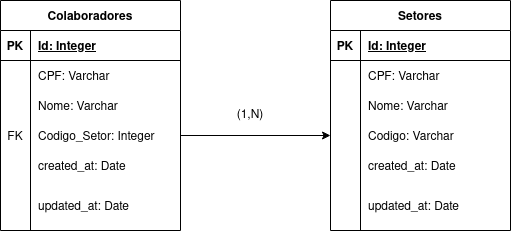
The draw.io diagram Diagrama-ER.drawio.png in filipanselmo11/teste-dev-full-stack, before a commit. Source tidied: cells renumbered, new cells last; positions are measured from the earlier drawing's top-left corner, leaving out a move shared by most shapes.
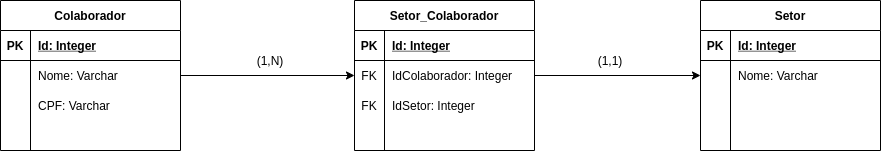
After the change.

The edit, as a diff of the source:
```diff
@@ -2,101 +2,134 @@
   <root>
     <mxCell id="0" />
     <mxCell id="1" parent="0" />
-    <mxCell id="2" value="Colaboradores" style="shape=table;startSize=30;rowLines=0;fontStyle=1;align=center;" parent="1" vertex="1">
-      <mxGeometry width="180" height="230" as="geometry" />
-    </mxCell>
-    <mxCell id="3" style="shape=partialRectangle;fillColor=none;top=0;left=0;bottom=1;right=0;" parent="2" vertex="1">
-      <mxGeometry y="30" width="180" height="30" as="geometry" />
-    </mxCell>
-    <mxCell id="4" value="PK" style="shape=partialRectangle;fillColor=none;top=0;left=0;bottom=0;right=0;fontStyle=1;overflow=hidden;" parent="3" vertex="1">
-      <mxGeometry width="30" height="30" as="geometry" />
-    </mxCell>
-    <mxCell id="5" value="Id: Integer" style="shape=partialRectangle;fillColor=none;top=0;left=0;bottom=0;right=0;align=left;spacingLeft=6;fontStyle=5;overflow=hidden;" parent="3" vertex="1">
-      <mxGeometry x="30" width="150" height="30" as="geometry" />
-    </mxCell>
-    <mxCell id="6" style="shape=partialRectangle;fillColor=none;top=0;left=0;bottom=0;right=0;" parent="2" vertex="1">
-      <mxGeometry y="60" width="180" height="30" as="geometry" />
-    </mxCell>
-    <mxCell id="7" style="shape=partialRectangle;fillColor=none;top=0;left=0;bottom=0;right=0;overflow=hidden;" parent="6" vertex="1">
-      <mxGeometry width="30" height="30" as="geometry" />
-    </mxCell>
-    <mxCell id="8" value="CPF: Varchar" style="shape=partialRectangle;fillColor=none;top=0;left=0;bottom=0;right=0;align=left;spacingLeft=6;overflow=hidden;" parent="6" vertex="1">
-      <mxGeometry x="30" width="150" height="30" as="geometry" />
-    </mxCell>
-    <mxCell id="9" style="shape=partialRectangle;fillColor=none;top=0;left=0;bottom=0;right=0;" parent="2" vertex="1">
-      <mxGeometry y="90" width="180" height="30" as="geometry" />
-    </mxCell>
-    <mxCell id="10" style="shape=partialRectangle;fillColor=none;top=0;left=0;bottom=0;right=0;overflow=hidden;" parent="9" vertex="1">
-      <mxGeometry width="30" height="30" as="geometry" />
-    </mxCell>
-    <mxCell id="11" value="Nome: Varchar" style="shape=partialRectangle;fillColor=none;top=0;left=0;bottom=0;right=0;align=left;spacingLeft=6;overflow=hidden;" parent="9" vertex="1">
-      <mxGeometry x="30" width="150" height="30" as="geometry" />
-    </mxCell>
-    <mxCell id="12" style="shape=partialRectangle;fillColor=none;top=0;left=0;bottom=0;right=0;points=[[0,0.5],[1,0.5]];portConstraint=eastwest;" parent="2" vertex="1">
-      <mxGeometry y="120" width="180" height="30" as="geometry" />
-    </mxCell>
-    <mxCell id="13" value="FK" style="shape=partialRectangle;fillColor=none;top=0;left=0;bottom=0;right=0;overflow=hidden;" parent="12" vertex="1">
-      <mxGeometry width="30" height="30" as="geometry" />
-    </mxCell>
-    <mxCell id="14" value="Codigo_Setor: Integer" style="shape=partialRectangle;fillColor=none;top=0;left=0;bottom=0;right=0;align=left;spacingLeft=6;overflow=hidden;" parent="12" vertex="1">
-      <mxGeometry x="30" width="150" height="30" as="geometry" />
-    </mxCell>
-    <mxCell id="15" value="created_at: Date" style="shape=partialRectangle;fillColor=none;top=0;left=0;bottom=0;right=0;align=left;spacingLeft=6;overflow=hidden;" parent="1" vertex="1">
-      <mxGeometry x="30" y="150" width="150" height="30" as="geometry" />
-    </mxCell>
-    <mxCell id="16" value="updated_at: Date" style="shape=partialRectangle;fillColor=none;top=0;left=0;bottom=0;right=0;align=left;spacingLeft=6;overflow=hidden;" parent="1" vertex="1">
-      <mxGeometry x="30" y="190" width="150" height="30" as="geometry" />
-    </mxCell>
-    <mxCell id="17" value="Setores" style="shape=table;startSize=30;rowLines=0;fontStyle=1;align=center;" parent="1" vertex="1">
-      <mxGeometry x="330" width="180" height="230" as="geometry" />
-    </mxCell>
-    <mxCell id="18" style="shape=partialRectangle;fillColor=none;top=0;left=0;bottom=1;right=0;" parent="17" vertex="1">
-      <mxGeometry y="30" width="180" height="30" as="geometry" />
-    </mxCell>
-    <mxCell id="19" value="PK" style="shape=partialRectangle;fillColor=none;top=0;left=0;bottom=0;right=0;fontStyle=1;overflow=hidden;" parent="18" vertex="1">
-      <mxGeometry width="30" height="30" as="geometry" />
-    </mxCell>
-    <mxCell id="20" value="Id: Integer" style="shape=partialRectangle;fillColor=none;top=0;left=0;bottom=0;right=0;align=left;spacingLeft=6;fontStyle=5;overflow=hidden;" parent="18" vertex="1">
-      <mxGeometry x="30" width="150" height="30" as="geometry" />
-    </mxCell>
-    <mxCell id="21" style="shape=partialRectangle;fillColor=none;top=0;left=0;bottom=0;right=0;" parent="17" vertex="1">
-      <mxGeometry y="60" width="180" height="30" as="geometry" />
-    </mxCell>
-    <mxCell id="22" style="shape=partialRectangle;fillColor=none;top=0;left=0;bottom=0;right=0;overflow=hidden;" parent="21" vertex="1">
-      <mxGeometry width="30" height="30" as="geometry" />
-    </mxCell>
-    <mxCell id="23" value="CPF: Varchar" style="shape=partialRectangle;fillColor=none;top=0;left=0;bottom=0;right=0;align=left;spacingLeft=6;overflow=hidden;" parent="21" vertex="1">
-      <mxGeometry x="30" width="150" height="30" as="geometry" />
-    </mxCell>
-    <mxCell id="24" style="shape=partialRectangle;fillColor=none;top=0;left=0;bottom=0;right=0;" parent="17" vertex="1">
-      <mxGeometry y="90" width="180" height="30" as="geometry" />
-    </mxCell>
-    <mxCell id="25" style="shape=partialRectangle;fillColor=none;top=0;left=0;bottom=0;right=0;overflow=hidden;" parent="24" vertex="1">
-      <mxGeometry width="30" height="30" as="geometry" />
-    </mxCell>
-    <mxCell id="26" value="Nome: Varchar" style="shape=partialRectangle;fillColor=none;top=0;left=0;bottom=0;right=0;align=left;spacingLeft=6;overflow=hidden;" parent="24" vertex="1">
-      <mxGeometry x="30" width="150" height="30" as="geometry" />
-    </mxCell>
-    <mxCell id="27" style="shape=partialRectangle;fillColor=none;top=0;left=0;bottom=0;right=0;points=[[0,0.5],[1,0.5]];portConstraint=eastwest;" parent="17" vertex="1">
-      <mxGeometry y="120" width="180" height="30" as="geometry" />
-    </mxCell>
-    <mxCell id="28" style="shape=partialRectangle;fillColor=none;top=0;left=0;bottom=0;right=0;overflow=hidden;" parent="27" vertex="1">
-      <mxGeometry width="30" height="30" as="geometry" />
-    </mxCell>
-    <mxCell id="29" value="Codigo: Varchar" style="shape=partialRectangle;fillColor=none;top=0;left=0;bottom=0;right=0;align=left;spacingLeft=6;overflow=hidden;" parent="27" vertex="1">
-      <mxGeometry x="30" width="150" height="30" as="geometry" />
-    </mxCell>
-    <mxCell id="30" value="created_at: Date" style="shape=partialRectangle;fillColor=none;top=0;left=0;bottom=0;right=0;align=left;spacingLeft=6;overflow=hidden;" parent="1" vertex="1">
-      <mxGeometry x="360" y="150" width="150" height="30" as="geometry" />
-    </mxCell>
-    <mxCell id="31" value="updated_at: Date" style="shape=partialRectangle;fillColor=none;top=0;left=0;bottom=0;right=0;align=left;spacingLeft=6;overflow=hidden;" parent="1" vertex="1">
-      <mxGeometry x="360" y="190" width="150" height="30" as="geometry" />
-    </mxCell>
-    <mxCell id="32" style="edgeStyle=orthogonalEdgeStyle;rounded=0;jettySize=auto;html=1;entryX=0;entryY=0.5;entryDx=0;entryDy=0;" parent="1" edge="1" source="12" target="27">
-      <mxGeometry relative="1" as="geometry" />
-    </mxCell>
+    <mxCell id="34" value="Colaborador" style="shape=table;startSize=30;rowLines=0;fontStyle=1;align=center;" parent="1" vertex="1">
+      <mxGeometry x="-20" y="55" width="180" height="150" as="geometry" />
+    </mxCell>
+    <mxCell id="35" style="shape=partialRectangle;fillColor=none;top=0;left=0;bottom=1;right=0;" parent="34" vertex="1">
+      <mxGeometry y="30" width="180" height="30" as="geometry" />
+    </mxCell>
+    <mxCell id="36" value="PK" style="shape=partialRectangle;fillColor=none;top=0;left=0;bottom=0;right=0;fontStyle=1;overflow=hidden;" parent="35" vertex="1">
+      <mxGeometry width="30" height="30" as="geometry" />
+    </mxCell>
+    <mxCell id="37" value="Id: Integer" style="shape=partialRectangle;fillColor=none;top=0;left=0;bottom=0;right=0;align=left;spacingLeft=6;fontStyle=5;overflow=hidden;" parent="35" vertex="1">
+      <mxGeometry x="30" width="150" height="30" as="geometry" />
+    </mxCell>
+    <mxCell id="38" style="shape=partialRectangle;fillColor=none;top=0;left=0;bottom=0;right=0;points=[[0,0.5],[1,0.5]];portConstraint=eastwest;" parent="34" vertex="1">
+      <mxGeometry y="60" width="180" height="30" as="geometry" />
+    </mxCell>
+    <mxCell id="39" style="shape=partialRectangle;fillColor=none;top=0;left=0;bottom=0;right=0;overflow=hidden;" parent="38" vertex="1">
+      <mxGeometry width="30" height="30" as="geometry" />
+    </mxCell>
+    <mxCell id="40" value="Nome: Varchar" style="shape=partialRectangle;fillColor=none;top=0;left=0;bottom=0;right=0;align=left;spacingLeft=6;overflow=hidden;" parent="38" vertex="1">
+      <mxGeometry x="30" width="150" height="30" as="geometry" />
+    </mxCell>
+    <mxCell id="41" style="shape=partialRectangle;fillColor=none;top=0;left=0;bottom=0;right=0;" parent="34" vertex="1">
+      <mxGeometry y="90" width="180" height="30" as="geometry" />
+    </mxCell>
+    <mxCell id="42" style="shape=partialRectangle;fillColor=none;top=0;left=0;bottom=0;right=0;overflow=hidden;" parent="41" vertex="1">
+      <mxGeometry width="30" height="30" as="geometry" />
+    </mxCell>
+    <mxCell id="43" value="CPF: Varchar" style="shape=partialRectangle;fillColor=none;top=0;left=0;bottom=0;right=0;align=left;spacingLeft=6;overflow=hidden;" parent="41" vertex="1">
+      <mxGeometry x="30" width="150" height="30" as="geometry" />
+    </mxCell>
+    <mxCell id="44" style="shape=partialRectangle;fillColor=none;top=0;left=0;bottom=0;right=0;" parent="34" vertex="1">
+      <mxGeometry y="120" width="180" height="30" as="geometry" />
+    </mxCell>
+    <mxCell id="45" style="shape=partialRectangle;fillColor=none;top=0;left=0;bottom=0;right=0;overflow=hidden;" parent="44" vertex="1">
+      <mxGeometry width="30" height="30" as="geometry" />
+    </mxCell>
+    <mxCell id="46" style="shape=partialRectangle;fillColor=none;top=0;left=0;bottom=0;right=0;align=left;spacingLeft=6;overflow=hidden;" parent="44" vertex="1">
+      <mxGeometry x="30" width="150" height="30" as="geometry" />
+    </mxCell>
+    <mxCell id="47" value="Setor" style="shape=table;startSize=30;rowLines=0;fontStyle=1;align=center;" parent="1" vertex="1">
+      <mxGeometry x="680" y="55" width="180" height="150" as="geometry" />
+    </mxCell>
+    <mxCell id="48" style="shape=partialRectangle;fillColor=none;top=0;left=0;bottom=1;right=0;" parent="47" vertex="1">
+      <mxGeometry y="30" width="180" height="30" as="geometry" />
+    </mxCell>
+    <mxCell id="49" value="PK" style="shape=partialRectangle;fillColor=none;top=0;left=0;bottom=0;right=0;fontStyle=1;overflow=hidden;" parent="48" vertex="1">
+      <mxGeometry width="30" height="30" as="geometry" />
+    </mxCell>
+    <mxCell id="50" value="Id: Integer" style="shape=partialRectangle;fillColor=none;top=0;left=0;bottom=0;right=0;align=left;spacingLeft=6;fontStyle=5;overflow=hidden;" parent="48" vertex="1">
+      <mxGeometry x="30" width="150" height="30" as="geometry" />
+    </mxCell>
+    <mxCell id="51" style="shape=partialRectangle;fillColor=none;top=0;left=0;bottom=0;right=0;points=[[0,0.5],[1,0.5]];portConstraint=eastwest;" parent="47" vertex="1">
+      <mxGeometry y="60" width="180" height="30" as="geometry" />
+    </mxCell>
+    <mxCell id="52" style="shape=partialRectangle;fillColor=none;top=0;left=0;bottom=0;right=0;overflow=hidden;" parent="51" vertex="1">
+      <mxGeometry width="30" height="30" as="geometry" />
+    </mxCell>
+    <mxCell id="53" value="Nome: Varchar" style="shape=partialRectangle;fillColor=none;top=0;left=0;bottom=0;right=0;align=left;spacingLeft=6;overflow=hidden;" parent="51" vertex="1">
+      <mxGeometry x="30" width="150" height="30" as="geometry" />
+    </mxCell>
+    <mxCell id="54" style="shape=partialRectangle;fillColor=none;top=0;left=0;bottom=0;right=0;" parent="47" vertex="1">
+      <mxGeometry y="90" width="180" height="30" as="geometry" />
+    </mxCell>
+    <mxCell id="55" style="shape=partialRectangle;fillColor=none;top=0;left=0;bottom=0;right=0;overflow=hidden;" parent="54" vertex="1">
+      <mxGeometry width="30" height="30" as="geometry" />
+    </mxCell>
+    <mxCell id="56" style="shape=partialRectangle;fillColor=none;top=0;left=0;bottom=0;right=0;align=left;spacingLeft=6;overflow=hidden;" parent="54" vertex="1">
+      <mxGeometry x="30" width="150" height="30" as="geometry" />
+    </mxCell>
+    <mxCell id="57" style="shape=partialRectangle;fillColor=none;top=0;left=0;bottom=0;right=0;" parent="47" vertex="1">
+      <mxGeometry y="120" width="180" height="30" as="geometry" />
+    </mxCell>
+    <mxCell id="58" style="shape=partialRectangle;fillColor=none;top=0;left=0;bottom=0;right=0;overflow=hidden;" parent="57" vertex="1">
+      <mxGeometry width="30" height="30" as="geometry" />
+    </mxCell>
+    <mxCell id="59" style="shape=partialRectangle;fillColor=none;top=0;left=0;bottom=0;right=0;align=left;spacingLeft=6;overflow=hidden;" parent="57" vertex="1">
+      <mxGeometry x="30" width="150" height="30" as="geometry" />
+    </mxCell>
+    <mxCell id="60" value="Setor_Colaborador" style="shape=table;startSize=30;rowLines=0;fontStyle=1;align=center;" parent="1" vertex="1">
+      <mxGeometry x="334" y="55" width="180" height="150" as="geometry" />
+    </mxCell>
+    <mxCell id="61" style="shape=partialRectangle;fillColor=none;top=0;left=0;bottom=1;right=0;" parent="60" vertex="1">
+      <mxGeometry y="30" width="180" height="30" as="geometry" />
+    </mxCell>
+    <mxCell id="62" value="PK" style="shape=partialRectangle;fillColor=none;top=0;left=0;bottom=0;right=0;fontStyle=1;overflow=hidden;" parent="61" vertex="1">
+      <mxGeometry width="30" height="30" as="geometry" />
+    </mxCell>
+    <mxCell id="63" value="Id: Integer" style="shape=partialRectangle;fillColor=none;top=0;left=0;bottom=0;right=0;align=left;spacingLeft=6;fontStyle=5;overflow=hidden;" parent="61" vertex="1">
+      <mxGeometry x="30" width="150" height="30" as="geometry" />
+    </mxCell>
+    <mxCell id="64" style="shape=partialRectangle;fillColor=none;top=0;left=0;bottom=0;right=0;points=[[0,0.5],[1,0.5]];portConstraint=eastwest;" parent="60" vertex="1">
+      <mxGeometry y="60" width="180" height="30" as="geometry" />
+    </mxCell>
+    <mxCell id="65" value="FK" style="shape=partialRectangle;fillColor=none;top=0;left=0;bottom=0;right=0;overflow=hidden;" parent="64" vertex="1">
+      <mxGeometry width="30" height="30" as="geometry" />
+    </mxCell>
+    <mxCell id="66" value="IdColaborador: Integer" style="shape=partialRectangle;fillColor=none;top=0;left=0;bottom=0;right=0;align=left;spacingLeft=6;overflow=hidden;" parent="64" vertex="1">
+      <mxGeometry x="30" width="150" height="30" as="geometry" />
+    </mxCell>
+    <mxCell id="67" style="shape=partialRectangle;fillColor=none;top=0;left=0;bottom=0;right=0;" parent="60" vertex="1">
+      <mxGeometry y="90" width="180" height="30" as="geometry" />
+    </mxCell>
+    <mxCell id="68" value="FK" style="shape=partialRectangle;fillColor=none;top=0;left=0;bottom=0;right=0;overflow=hidden;" parent="67" vertex="1">
+      <mxGeometry width="30" height="30" as="geometry" />
+    </mxCell>
+    <mxCell id="69" value="IdSetor: Integer" style="shape=partialRectangle;fillColor=none;top=0;left=0;bottom=0;right=0;align=left;spacingLeft=6;overflow=hidden;" parent="67" vertex="1">
+      <mxGeometry x="30" width="150" height="30" as="geometry" />
+    </mxCell>
+    <mxCell id="70" style="shape=partialRectangle;fillColor=none;top=0;left=0;bottom=0;right=0;" parent="60" vertex="1">
+      <mxGeometry y="120" width="180" height="30" as="geometry" />
+    </mxCell>
+    <mxCell id="71" style="shape=partialRectangle;fillColor=none;top=0;left=0;bottom=0;right=0;overflow=hidden;" parent="70" vertex="1">
+      <mxGeometry width="30" height="30" as="geometry" />
+    </mxCell>
+    <mxCell id="72" style="shape=partialRectangle;fillColor=none;top=0;left=0;bottom=0;right=0;align=left;spacingLeft=6;overflow=hidden;" parent="70" vertex="1">
+      <mxGeometry x="30" width="150" height="30" as="geometry" />
+    </mxCell>
+    <mxCell id="73" style="edgeStyle=orthogonalEdgeStyle;rounded=0;jettySize=auto;html=1;entryX=0;entryY=0.5;entryDx=0;entryDy=0;" parent="1" edge="1" source="38" target="64">
+      <mxGeometry relative="1" as="geometry" />
+    </mxCell>
+    <mxCell id="74" style="edgeStyle=orthogonalEdgeStyle;rounded=0;jettySize=auto;html=1;exitX=1;exitY=0.5;exitDx=0;exitDy=0;" parent="1" edge="1" source="64" target="51">
+      <mxGeometry relative="1" as="geometry" />
+    </mxCell>
     <mxCell id="33" value="(1,N)" style="text;html=1;strokeColor=none;fillColor=none;align=center;verticalAlign=middle;whiteSpace=wrap;rounded=0;" parent="1" vertex="1">
       <mxGeometry x="220" y="100" width="60" height="30" as="geometry" />
     </mxCell>
+    <mxCell id="75" value="(1,1)" style="text;html=1;strokeColor=none;fillColor=none;align=center;verticalAlign=middle;whiteSpace=wrap;rounded=0;" parent="1" vertex="1">
+      <mxGeometry x="560" y="100" width="60" height="30" as="geometry" />
+    </mxCell>
   </root>
 </mxGraphModel>
```
